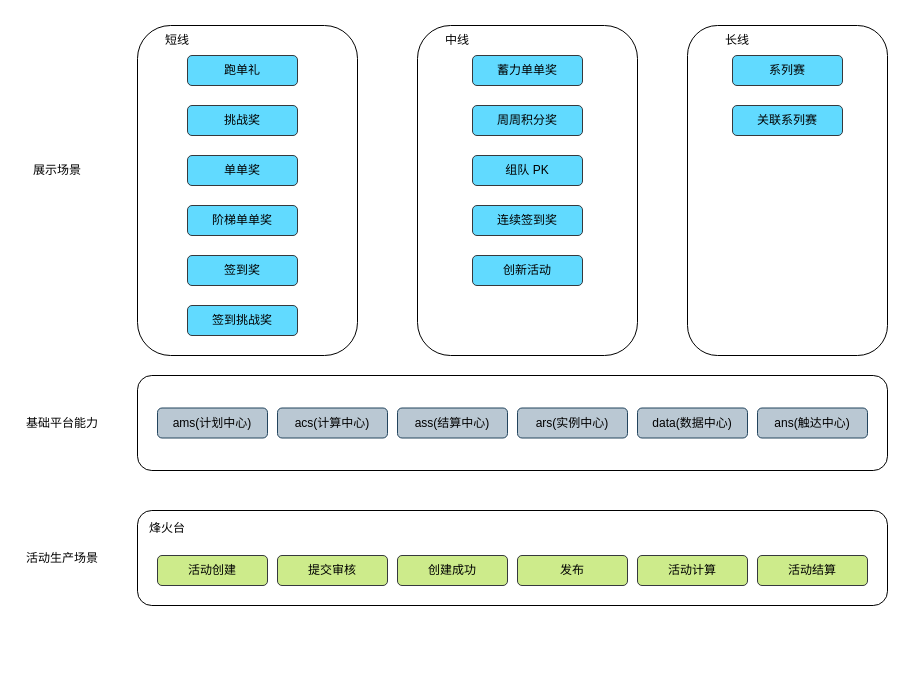
Earlier version of the draw.io diagram 未命名绘图.drawio (1587319019/1587319019.github.io). Source tidied: cells renumbered, new cells numbered last; positions are measured from the earlier drawing's top-left corner, leaving out a move shared by most shapes. Both pictures are drawn from the tidied source at 100%, with x=0, y=0 at pixel (17, 25).
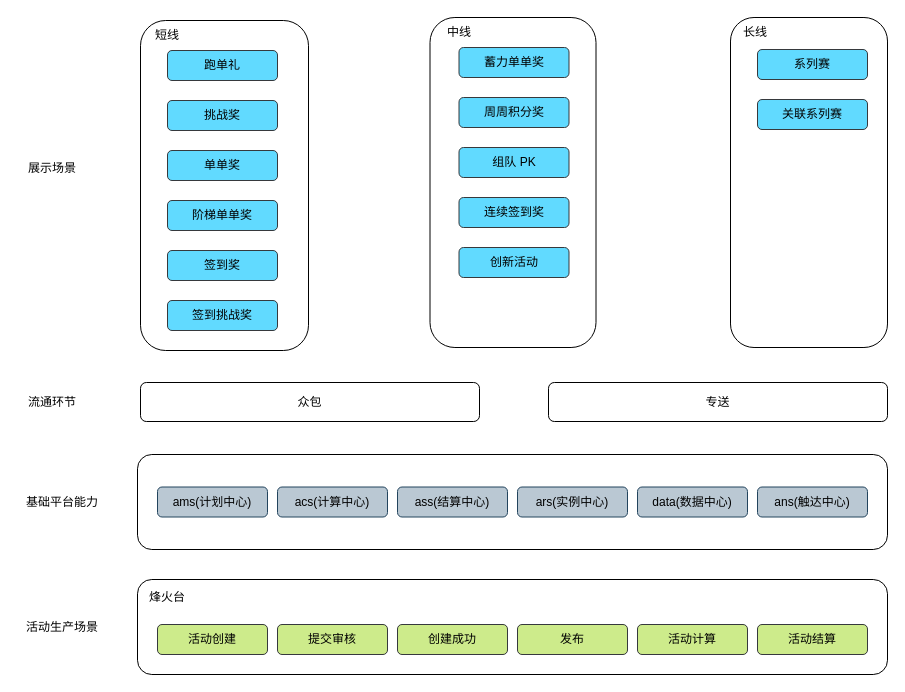
Above is the later version.

Commit message:
更新未命名绘图.drawio

What changed in the source:
```diff
@@
     <mxCell id="2" style="rounded=1;whiteSpace=wrap;html=1;" parent="1" vertex="1">
-      <mxGeometry x="120" width="220" height="330" as="geometry" />
+      <mxGeometry x="123" y="-5" width="168" height="330" as="geometry" />
     </mxCell>
     <mxCell id="3" style="rounded=1;whiteSpace=wrap;html=1;" parent="1" vertex="1">
-      <mxGeometry x="400" width="220" height="330" as="geometry" />
+      <mxGeometry x="412.5" y="-8" width="166" height="330" as="geometry" />
     </mxCell>
     <mxCell id="4" style="rounded=1;whiteSpace=wrap;html=1;" parent="1" vertex="1">
-      <mxGeometry x="670" width="200" height="330" as="geometry" />
+      <mxGeometry x="713" y="-8" width="157" height="330" as="geometry" />
     </mxCell>
     <mxCell id="5" value="短线" style="text;html=1;strokeColor=none;fillColor=none;align=center;verticalAlign=middle;whiteSpace=wrap;rounded=0;" parent="1" vertex="1">
-      <mxGeometry x="130" width="60" height="30" as="geometry" />
+      <mxGeometry x="120" y="-5" width="60" height="30" as="geometry" />
     </mxCell>
     <mxCell id="6" value="中线" style="text;html=1;strokeColor=none;fillColor=none;align=center;verticalAlign=middle;whiteSpace=wrap;rounded=0;" parent="1" vertex="1">
-      <mxGeometry x="410" width="60" height="30" as="geometry" />
+      <mxGeometry x="411.5" y="-8" width="60" height="30" as="geometry" />
     </mxCell>
     <mxCell id="7" value="长线" style="text;html=1;strokeColor=none;fillColor=none;align=center;verticalAlign=middle;whiteSpace=wrap;rounded=0;" parent="1" vertex="1">
-      <mxGeometry x="690" width="60" height="30" as="geometry" />
+      <mxGeometry x="708" y="-8" width="60" height="30" as="geometry" />
     </mxCell>
     <mxCell id="8" value="展示场景" style="text;html=1;strokeColor=none;fillColor=none;align=center;verticalAlign=middle;whiteSpace=wrap;rounded=0;" parent="1" vertex="1">
-      <mxGeometry x="10" y="130" width="60" height="30" as="geometry" />
+      <mxGeometry x="5" y="128" width="60" height="30" as="geometry" />
     </mxCell>
     <mxCell id="9" value="基础平台能力" style="text;html=1;strokeColor=none;fillColor=none;align=center;verticalAlign=middle;whiteSpace=wrap;rounded=0;" parent="1" vertex="1">
-      <mxGeometry y="382.5" width="90" height="30" as="geometry" />
+      <mxGeometry y="461.5" width="90" height="30" as="geometry" />
     </mxCell>
     <mxCell id="10" style="rounded=1;whiteSpace=wrap;html=1;" parent="1" vertex="1">
-      <mxGeometry x="120" y="350" width="750" height="95" as="geometry" />
+      <mxGeometry x="120" y="429" width="750" height="95" as="geometry" />
     </mxCell>
     <mxCell id="11" value="跑单礼" style="rounded=1;whiteSpace=wrap;html=1;fillColor=#61DAFF;strokeColor=#36393d;" parent="1" vertex="1">
-      <mxGeometry x="170" y="30" width="110" height="30" as="geometry" />
+      <mxGeometry x="150" y="25" width="110" height="30" as="geometry" />
     </mxCell>
     <mxCell id="12" value="挑战奖" style="rounded=1;whiteSpace=wrap;html=1;fillColor=#61DAFF;strokeColor=#36393d;" parent="1" vertex="1">
-      <mxGeometry x="170" y="80" width="110" height="30" as="geometry" />
+      <mxGeometry x="150" y="75" width="110" height="30" as="geometry" />
     </mxCell>
     <mxCell id="13" value="单单奖" style="rounded=1;whiteSpace=wrap;html=1;fillColor=#61DAFF;strokeColor=#36393d;" parent="1" vertex="1">
-      <mxGeometry x="170" y="130" width="110" height="30" as="geometry" />
+      <mxGeometry x="150" y="125" width="110" height="30" as="geometry" />
     </mxCell>
     <mxCell id="14" value="阶梯单单奖" style="rounded=1;whiteSpace=wrap;html=1;fillColor=#61DAFF;strokeColor=#36393d;" parent="1" vertex="1">
-      <mxGeometry x="170" y="180" width="110" height="30" as="geometry" />
+      <mxGeometry x="150" y="175" width="110" height="30" as="geometry" />
     </mxCell>
     <mxCell id="15" value="签到奖" style="rounded=1;whiteSpace=wrap;html=1;fillColor=#61DAFF;strokeColor=#36393d;" parent="1" vertex="1">
-      <mxGeometry x="170" y="230" width="110" height="30" as="geometry" />
+      <mxGeometry x="150" y="225" width="110" height="30" as="geometry" />
     </mxCell>
     <mxCell id="16" value="签到挑战奖" style="rounded=1;whiteSpace=wrap;html=1;fillColor=#61DAFF;strokeColor=#36393d;" parent="1" vertex="1">
-      <mxGeometry x="170" y="280" width="110" height="30" as="geometry" />
+      <mxGeometry x="150" y="275" width="110" height="30" as="geometry" />
     </mxCell>
     <mxCell id="17" value="蓄力单单奖" style="rounded=1;whiteSpace=wrap;html=1;fillColor=#61DAFF;strokeColor=#36393d;" parent="1" vertex="1">
-      <mxGeometry x="455" y="30" width="110" height="30" as="geometry" />
+      <mxGeometry x="441.5" y="22" width="110" height="30" as="geometry" />
     </mxCell>
     <mxCell id="18" value="周周积分奖" style="rounded=1;whiteSpace=wrap;html=1;fillColor=#61DAFF;strokeColor=#36393d;" parent="1" vertex="1">
-      <mxGeometry x="455" y="80" width="110" height="30" as="geometry" />
+      <mxGeometry x="441.5" y="72" width="110" height="30" as="geometry" />
     </mxCell>
     <mxCell id="19" value="组队 PK" style="rounded=1;whiteSpace=wrap;html=1;fillColor=#61DAFF;strokeColor=#36393d;" parent="1" vertex="1">
-      <mxGeometry x="455" y="130" width="110" height="30" as="geometry" />
+      <mxGeometry x="441.5" y="122" width="110" height="30" as="geometry" />
     </mxCell>
     <mxCell id="20" value="连续签到奖" style="rounded=1;whiteSpace=wrap;html=1;fillColor=#61DAFF;strokeColor=#36393d;" parent="1" vertex="1">
-      <mxGeometry x="455" y="180" width="110" height="30" as="geometry" />
+      <mxGeometry x="441.5" y="172" width="110" height="30" as="geometry" />
     </mxCell>
     <mxCell id="21" value="创新活动" style="rounded=1;whiteSpace=wrap;html=1;fillColor=#61DAFF;strokeColor=#36393d;" parent="1" vertex="1">
-      <mxGeometry x="455" y="230" width="110" height="30" as="geometry" />
+      <mxGeometry x="441.5" y="222" width="110" height="30" as="geometry" />
     </mxCell>
     <mxCell id="22" value="系列赛" style="rounded=1;whiteSpace=wrap;html=1;fillColor=#61DAFF;strokeColor=#36393d;" parent="1" vertex="1">
-      <mxGeometry x="715" y="30" width="110" height="30" as="geometry" />
+      <mxGeometry x="740" y="24" width="110" height="30" as="geometry" />
     </mxCell>
     <mxCell id="23" value="关联系列赛" style="rounded=1;whiteSpace=wrap;html=1;fillColor=#61DAFF;strokeColor=#36393d;" parent="1" vertex="1">
-      <mxGeometry x="715" y="80" width="110" height="30" as="geometry" />
+      <mxGeometry x="740" y="74" width="110" height="30" as="geometry" />
     </mxCell>
     <mxCell id="24" value="活动生产场景" style="text;html=1;strokeColor=none;fillColor=none;align=center;verticalAlign=middle;whiteSpace=wrap;rounded=0;" parent="1" vertex="1">
-      <mxGeometry y="517.5" width="90" height="30" as="geometry" />
+      <mxGeometry y="586.5" width="90" height="30" as="geometry" />
     </mxCell>
     <mxCell id="25" style="rounded=1;whiteSpace=wrap;html=1;" parent="1" vertex="1">
-      <mxGeometry x="120" y="485" width="750" height="95" as="geometry" />
+      <mxGeometry x="120" y="554" width="750" height="95" as="geometry" />
     </mxCell>
     <mxCell id="26" value="烽火台" style="text;html=1;strokeColor=none;fillColor=none;align=center;verticalAlign=middle;whiteSpace=wrap;rounded=0;" parent="1" vertex="1">
-      <mxGeometry x="120" y="487.5" width="60" height="30" as="geometry" />
+      <mxGeometry x="120" y="556.5" width="60" height="30" as="geometry" />
     </mxCell>
     <mxCell id="27" value="ams(计划中心)" style="rounded=1;whiteSpace=wrap;html=1;fillColor=#bac8d3;strokeColor=#23445d;" parent="1" vertex="1">
-      <mxGeometry x="140" y="382.5" width="110" height="30" as="geometry" />
+      <mxGeometry x="140" y="461.5" width="110" height="30" as="geometry" />
     </mxCell>
     <mxCell id="28" value="acs(计算中心)" style="rounded=1;whiteSpace=wrap;html=1;fillColor=#bac8d3;strokeColor=#23445d;" parent="1" vertex="1">
-      <mxGeometry x="260" y="382.5" width="110" height="30" as="geometry" />
+      <mxGeometry x="260" y="461.5" width="110" height="30" as="geometry" />
     </mxCell>
     <mxCell id="29" value="ass(结算中心)" style="rounded=1;whiteSpace=wrap;html=1;fillColor=#bac8d3;strokeColor=#23445d;" parent="1" vertex="1">
-      <mxGeometry x="380" y="382.5" width="110" height="30" as="geometry" />
+      <mxGeometry x="380" y="461.5" width="110" height="30" as="geometry" />
     </mxCell>
     <mxCell id="30" value="ars(实例中心)" style="rounded=1;whiteSpace=wrap;html=1;fillColor=#bac8d3;strokeColor=#23445d;" parent="1" vertex="1">
-      <mxGeometry x="500" y="382.5" width="110" height="30" as="geometry" />
+      <mxGeometry x="500" y="461.5" width="110" height="30" as="geometry" />
     </mxCell>
     <mxCell id="31" value="data(数据中心)" style="rounded=1;whiteSpace=wrap;html=1;fillColor=#bac8d3;strokeColor=#23445d;" parent="1" vertex="1">
-      <mxGeometry x="620" y="382.5" width="110" height="30" as="geometry" />
+      <mxGeometry x="620" y="461.5" width="110" height="30" as="geometry" />
     </mxCell>
     <mxCell id="32" value="ans(触达中心)" style="rounded=1;whiteSpace=wrap;html=1;fillColor=#bac8d3;strokeColor=#23445d;" parent="1" vertex="1">
-      <mxGeometry x="740" y="382.5" width="110" height="30" as="geometry" />
+      <mxGeometry x="740" y="461.5" width="110" height="30" as="geometry" />
     </mxCell>
     <mxCell id="33" value="活动创建" style="rounded=1;whiteSpace=wrap;html=1;fillColor=#cdeb8b;strokeColor=#36393d;" parent="1" vertex="1">
-      <mxGeometry x="140" y="530" width="110" height="30" as="geometry" />
+      <mxGeometry x="140" y="599" width="110" height="30" as="geometry" />
     </mxCell>
     <mxCell id="34" value="提交审核" style="rounded=1;whiteSpace=wrap;html=1;fillColor=#cdeb8b;strokeColor=#36393d;" parent="1" vertex="1">
-      <mxGeometry x="260" y="530" width="110" height="30" as="geometry" />
+      <mxGeometry x="260" y="599" width="110" height="30" as="geometry" />
     </mxCell>
     <mxCell id="35" value="创建成功" style="rounded=1;whiteSpace=wrap;html=1;fillColor=#cdeb8b;strokeColor=#36393d;" parent="1" vertex="1">
-      <mxGeometry x="380" y="530" width="110" height="30" as="geometry" />
+      <mxGeometry x="380" y="599" width="110" height="30" as="geometry" />
     </mxCell>
     <mxCell id="36" value="发布" style="rounded=1;whiteSpace=wrap;html=1;fillColor=#cdeb8b;strokeColor=#36393d;" parent="1" vertex="1">
-      <mxGeometry x="500" y="530" width="110" height="30" as="geometry" />
+      <mxGeometry x="500" y="599" width="110" height="30" as="geometry" />
     </mxCell>
     <mxCell id="37" value="活动计算" style="rounded=1;whiteSpace=wrap;html=1;fillColor=#cdeb8b;strokeColor=#36393d;" parent="1" vertex="1">
-      <mxGeometry x="620" y="530" width="110" height="30" as="geometry" />
+      <mxGeometry x="620" y="599" width="110" height="30" as="geometry" />
     </mxCell>
     <mxCell id="38" value="活动结算" style="rounded=1;whiteSpace=wrap;html=1;fillColor=#cdeb8b;strokeColor=#36393d;" parent="1" vertex="1">
-      <mxGeometry x="740" y="530" width="110" height="30" as="geometry" />
+      <mxGeometry x="740" y="599" width="110" height="30" as="geometry" />
     </mxCell>
+    <mxCell id="39" value="流通环节" style="text;html=1;strokeColor=none;fillColor=none;align=center;verticalAlign=middle;whiteSpace=wrap;rounded=0;" parent="1" vertex="1">
+      <mxGeometry x="5" y="361.5" width="60" height="30" as="geometry" />
+    </mxCell>
+    <mxCell id="40" value="专送" style="rounded=1;whiteSpace=wrap;html=1;" parent="1" vertex="1">
+      <mxGeometry x="531" y="357" width="339" height="39" as="geometry" />
+    </mxCell>
+    <mxCell id="41" value="众包" style="rounded=1;whiteSpace=wrap;html=1;" parent="1" vertex="1">
+      <mxGeometry x="123" y="357" width="339" height="39" as="geometry" />
+    </mxCell>
```
